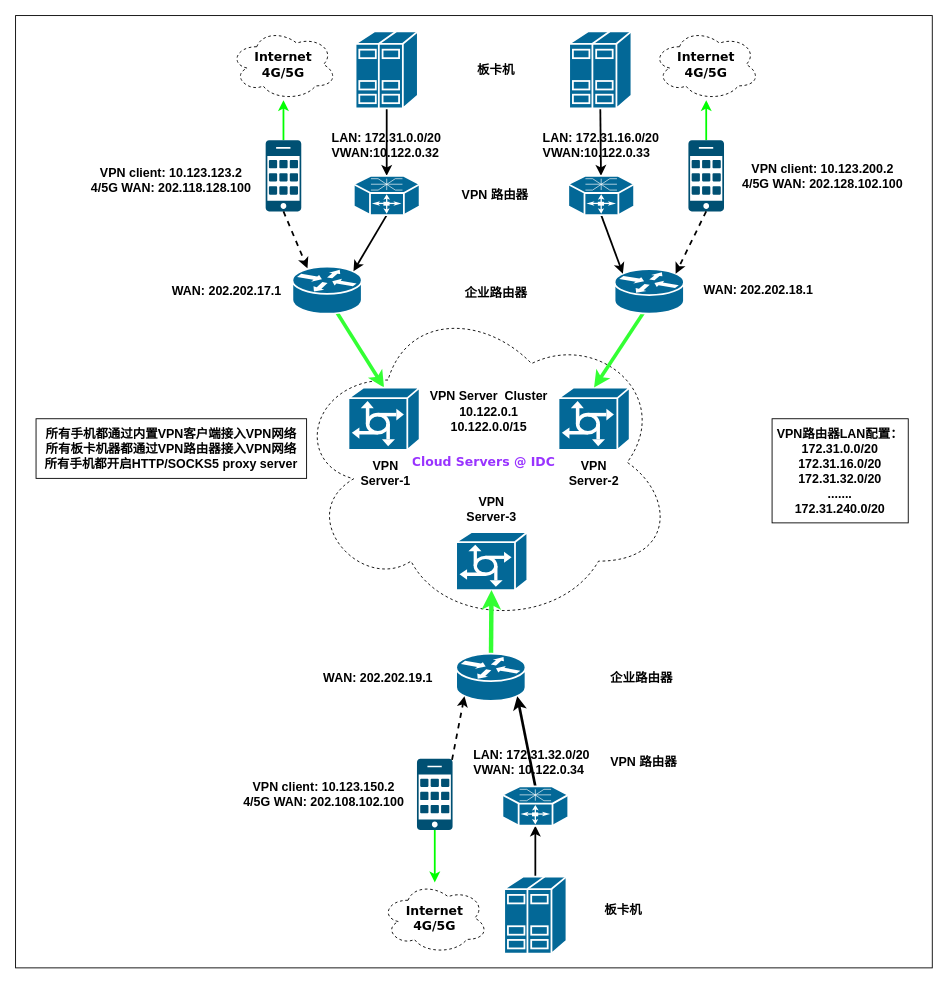
Above: Untitled Diagram.drawio in nxtreaming/andy_study (draw.io), before the change. Source tidied: cells renumbered, new cells numbered last; positions are measured from the earlier drawing's top-left corner, leaving out a move shared by most shapes. Both pictures are drawn from the tidied source at 89%, with x=0, y=0 at pixel (15, 15).
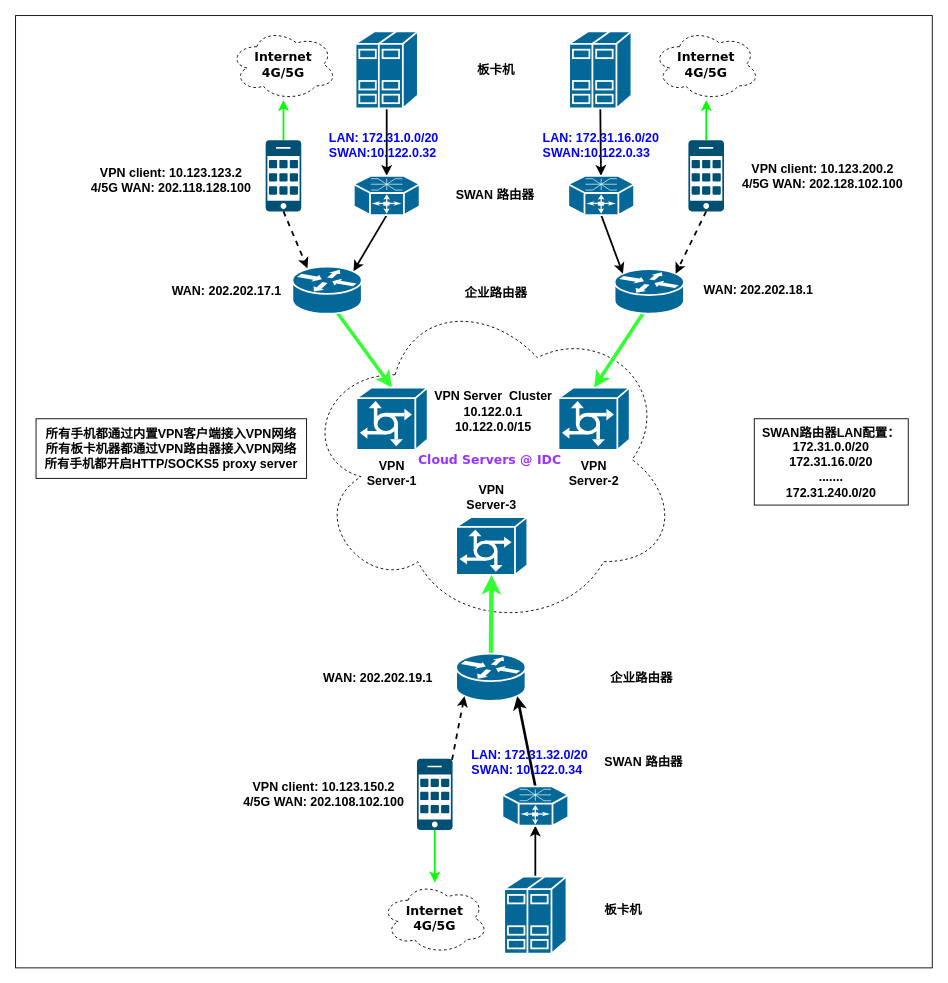
Above is the later version.

Change to the diagram source:
```diff
@@
     <mxCell id="3" value="&lt;font style=&quot;font-size: 14px;&quot;&gt;&lt;b&gt;Cloud Servers @ IDC&lt;/b&gt;&lt;/font&gt;" style="ellipse;shape=cloud;whiteSpace=wrap;html=1;rounded=0;shadow=0;comic=0;strokeWidth=1;fontFamily=Verdana;fontSize=12;fontColor=#9933FF;dashed=1;" parent="1" vertex="1">
-      <mxGeometry x="311" y="317" width="430" height="370" as="geometry" />
+      <mxGeometry x="320" y="308" width="426" height="382" as="geometry" />
     </mxCell>
@@
     <mxCell id="9" style="shape=mxgraph.cisco.servers.communications_server;sketch=0;html=1;dashed=0;fillColor=#036897;strokeColor=#ffffff;strokeWidth=2;verticalLabelPosition=bottom;verticalAlign=top;align=center;outlineConnect=0;" parent="1" vertex="1">
-      <mxGeometry x="374" y="418" width="80" height="70" as="geometry" />
+      <mxGeometry x="383" y="418" width="80" height="70" as="geometry" />
     </mxCell>
@@
     <mxCell id="15" style="shape=mxgraph.cisco.servers.communications_server;sketch=0;html=1;dashed=0;fillColor=#036897;strokeColor=#ffffff;strokeWidth=2;verticalLabelPosition=bottom;verticalAlign=top;align=center;outlineConnect=0;" parent="1" vertex="1">
-      <mxGeometry x="495" y="580.5" width="80" height="65" as="geometry" />
+      <mxGeometry x="495" y="563.5" width="80" height="65" as="geometry" />
     </mxCell>
     <mxCell id="16" value="&lt;font style=&quot;font-size: 14px;&quot;&gt;&lt;b&gt;VPN Server-1&lt;/b&gt;&lt;/font&gt;" style="text;strokeColor=none;align=center;fillColor=#FFFFFF;html=1;verticalAlign=middle;whiteSpace=wrap;rounded=0;fontColor=#000000;" parent="1" vertex="1">
-      <mxGeometry x="386" y="499" width="60" height="30" as="geometry" />
+      <mxGeometry x="393" y="499" width="60" height="30" as="geometry" />
     </mxCell>
     <mxCell id="17" value="&lt;font style=&quot;font-size: 14px;&quot;&gt;&lt;b&gt;VPN Server-3&lt;/b&gt;&lt;/font&gt;" style="text;strokeColor=none;align=center;fillColor=#FFFFFF;html=1;verticalAlign=middle;whiteSpace=wrap;rounded=0;fontColor=#000000;" parent="1" vertex="1">
-      <mxGeometry x="505" y="539" width="60" height="30" as="geometry" />
+      <mxGeometry x="505" y="526" width="60" height="30" as="geometry" />
     </mxCell>
@@
     <mxCell id="45" value="&lt;font style=&quot;font-size: 14px;&quot;&gt;&lt;b&gt;VPN Server&amp;nbsp; Cluster 10.122.0.1&lt;br&gt;10.122.0.0/15&lt;/b&gt;&lt;/font&gt;" style="text;strokeColor=none;align=center;fillColor=#FFFFFF;html=1;verticalAlign=middle;whiteSpace=wrap;rounded=0;" parent="1" vertex="1">
-      <mxGeometry x="462" y="415" width="140" height="60" as="geometry" />
+      <mxGeometry x="467" y="415" width="140" height="60" as="geometry" />
     </mxCell>
@@
-    <mxCell id="48" value="&lt;font style=&quot;font-size: 14px;&quot;&gt;&lt;b&gt;VPN 路由器&lt;/b&gt;&lt;/font&gt;" style="text;strokeColor=#FFFFFF;align=center;fillColor=#FFFFFF;html=1;verticalAlign=middle;whiteSpace=wrap;rounded=0;fontColor=#000000;" parent="1" vertex="1">
+    <mxCell id="48" value="&lt;font style=&quot;font-size: 14px;&quot;&gt;&lt;b&gt;SWAN 路由器&lt;/b&gt;&lt;/font&gt;" style="text;strokeColor=#FFFFFF;align=center;fillColor=#FFFFFF;html=1;verticalAlign=middle;whiteSpace=wrap;rounded=0;fontColor=#000000;" parent="1" vertex="1">
       <mxGeometry x="489" y="187.1" width="100" height="30" as="geometry" />
     </mxCell>
@@
-    <mxCell id="52" value="&lt;font style=&quot;font-size: 14px;&quot;&gt;&lt;b&gt;VPN 路由器&lt;/b&gt;&lt;/font&gt;" style="text;strokeColor=none;align=center;fillColor=#FFFFFF;html=1;verticalAlign=middle;whiteSpace=wrap;rounded=0;fontColor=#000000;" parent="1" vertex="1">
+    <mxCell id="52" value="&lt;font style=&quot;font-size: 14px;&quot;&gt;&lt;b&gt;SWAN 路由器&lt;/b&gt;&lt;/font&gt;" style="text;strokeColor=none;align=center;fillColor=#FFFFFF;html=1;verticalAlign=middle;whiteSpace=wrap;rounded=0;fontColor=#000000;" parent="1" vertex="1">
       <mxGeometry x="656" y="824" width="100" height="30" as="geometry" />
     </mxCell>
@@
-    <mxCell id="54" value="&lt;font style=&quot;font-size: 14px;&quot;&gt;&lt;b&gt;LAN: 172.31.0.0/20&lt;br&gt;&lt;div style=&quot;text-align: left;&quot;&gt;&lt;b style=&quot;background-color: initial;&quot;&gt;VWAN:10.122.0.32&lt;/b&gt;&lt;/div&gt;&lt;/b&gt;&lt;/font&gt;" style="text;strokeColor=none;align=center;fillColor=none;html=1;verticalAlign=middle;whiteSpace=wrap;rounded=0;" parent="1" vertex="1">
-      <mxGeometry x="347" y="130" width="140" height="30" as="geometry" />
+    <mxCell id="54" value="&lt;font color=&quot;#0000ff&quot; style=&quot;font-size: 14px;&quot;&gt;&lt;b&gt;LAN: 172.31.0.0/20&lt;br&gt;&lt;div style=&quot;text-align: left;&quot;&gt;&lt;b style=&quot;background-color: initial;&quot;&gt;SWAN:10.122.0.32&lt;/b&gt;&lt;/div&gt;&lt;/b&gt;&lt;/font&gt;" style="text;strokeColor=none;align=center;fillColor=none;html=1;verticalAlign=middle;whiteSpace=wrap;rounded=0;" parent="1" vertex="1">
+      <mxGeometry x="344" y="130" width="140" height="30" as="geometry" />
     </mxCell>
-    <mxCell id="55" value="&lt;font style=&quot;font-size: 14px;&quot;&gt;&lt;b&gt;LAN: 172.31.16.0/20&lt;br&gt;&lt;div style=&quot;text-align: left;&quot;&gt;&lt;b style=&quot;background-color: initial;&quot;&gt;VWAN:10.122.0.33&lt;/b&gt;&lt;/div&gt;&lt;/b&gt;&lt;/font&gt;" style="text;strokeColor=none;align=center;fillColor=none;html=1;verticalAlign=middle;whiteSpace=wrap;rounded=0;" parent="1" vertex="1">
+    <mxCell id="55" value="&lt;font color=&quot;#0000ff&quot; style=&quot;font-size: 14px;&quot;&gt;&lt;b&gt;LAN: 172.31.16.0/20&lt;br&gt;&lt;div style=&quot;text-align: left;&quot;&gt;&lt;b style=&quot;background-color: initial;&quot;&gt;SWAN:10.122.0.33&lt;/b&gt;&lt;/div&gt;&lt;/b&gt;&lt;/font&gt;" style="text;strokeColor=none;align=center;fillColor=none;html=1;verticalAlign=middle;whiteSpace=wrap;rounded=0;" parent="1" vertex="1">
       <mxGeometry x="588" y="130" width="140" height="30" as="geometry" />
     </mxCell>
-    <mxCell id="56" value="&lt;font style=&quot;font-size: 14px;&quot;&gt;&lt;b&gt;LAN: 172.31.32.0/20&lt;br&gt;&lt;div style=&quot;text-align: left;&quot;&gt;&lt;b style=&quot;background-color: initial;&quot;&gt;VWAN: 10.122.0.34&lt;/b&gt;&lt;/div&gt;&lt;/b&gt;&lt;/font&gt;" style="text;strokeColor=none;align=center;fillColor=none;html=1;verticalAlign=middle;whiteSpace=wrap;rounded=0;" parent="1" vertex="1">
-      <mxGeometry x="510" y="824" width="140" height="30" as="geometry" />
+    <mxCell id="56" value="&lt;font color=&quot;#0000ff&quot; style=&quot;font-size: 14px;&quot;&gt;&lt;b&gt;LAN: 172.31.32.0/20&lt;br&gt;&lt;div style=&quot;text-align: left;&quot;&gt;&lt;b style=&quot;background-color: initial;&quot;&gt;SWAN: 10.122.0.34&lt;/b&gt;&lt;/div&gt;&lt;/b&gt;&lt;/font&gt;" style="text;strokeColor=none;align=center;fillColor=none;html=1;verticalAlign=middle;whiteSpace=wrap;rounded=0;" parent="1" vertex="1">
+      <mxGeometry x="508" y="824" width="140" height="30" as="geometry" />
     </mxCell>
-    <mxCell id="57" value="&lt;font face=&quot;Helvetica&quot; style=&quot;font-size: 14px;&quot;&gt;&lt;b&gt;VPN路由器LAN配置：&lt;br&gt;172.31.0.0/20&lt;br&gt;172.31.16.0/20&lt;br&gt;172.31.32.0/20&lt;br&gt;.......&lt;br&gt;172.31.240.0/20&lt;/b&gt;&lt;br&gt;&lt;/font&gt;" style="whiteSpace=wrap;html=1;fillColor=#FFFFFF;" parent="1" vertex="1">
-      <mxGeometry x="850" y="453" width="153" height="117" as="geometry" />
+    <mxCell id="57" value="&lt;font face=&quot;Helvetica&quot; style=&quot;font-size: 14px;&quot;&gt;&lt;b&gt;SWAN路由器LAN配置：&lt;br&gt;172.31.0.0/20&lt;br&gt;172.31.16.0/20&lt;br&gt;.......&lt;br&gt;172.31.240.0/20&lt;/b&gt;&lt;br&gt;&lt;/font&gt;" style="whiteSpace=wrap;html=1;fillColor=#FFFFFF;" parent="1" vertex="1">
+      <mxGeometry x="830" y="453" width="173" height="97" as="geometry" />
     </mxCell>
```
